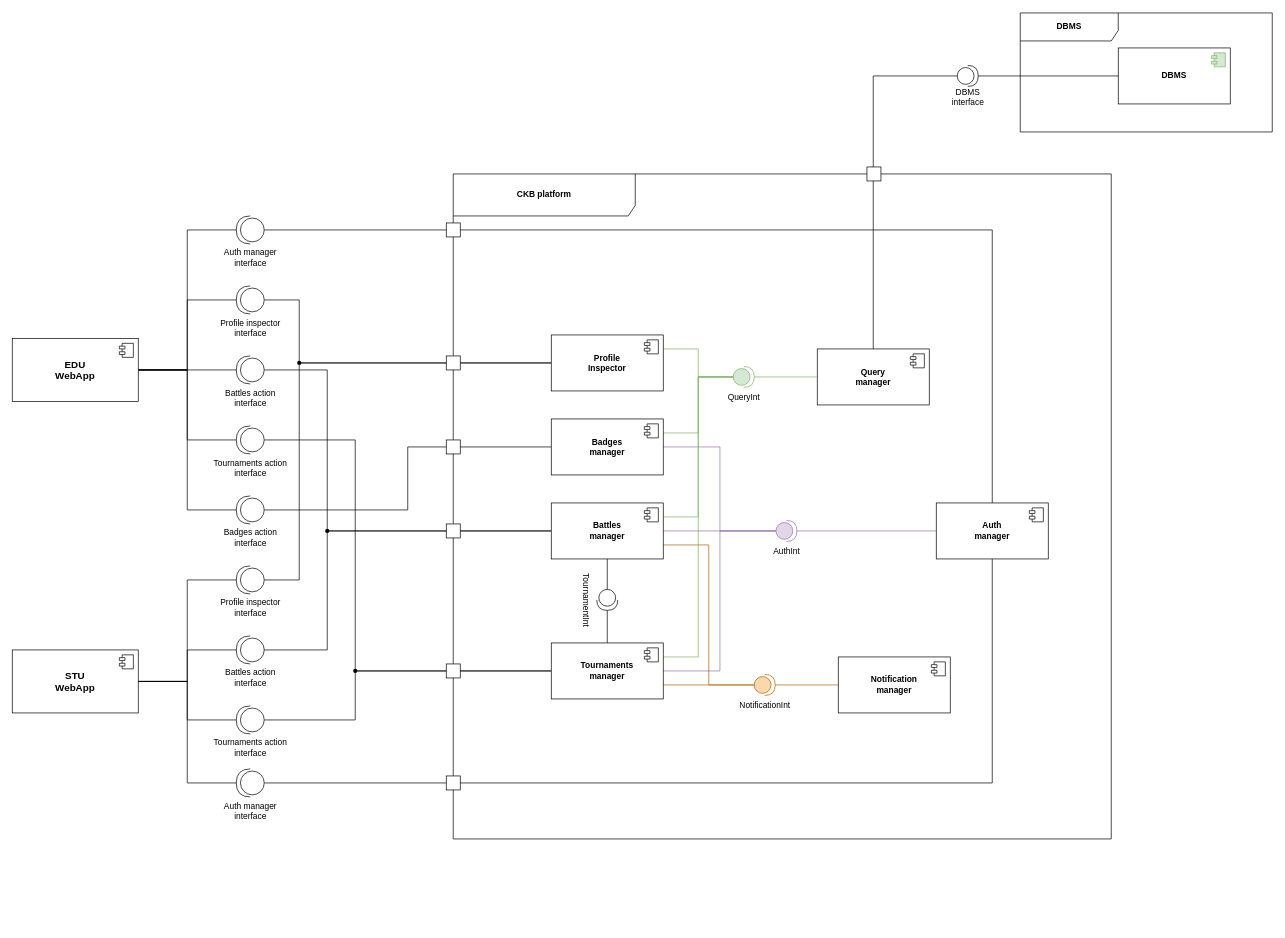
Above: page "Component diagram" (2 of 2) of DD/images/diagrams/chapter2.drawio in pontig/sw-eng-2-PasiniPontiggiaStasi (draw.io), before the change. Source tidied: cells renumbered, new cells numbered last; positions are measured from the earlier drawing's top-left corner, leaving out a move shared by most shapes. Both pictures are drawn from the tidied source at 70%, with x=0, y=0 at pixel (12, 13).
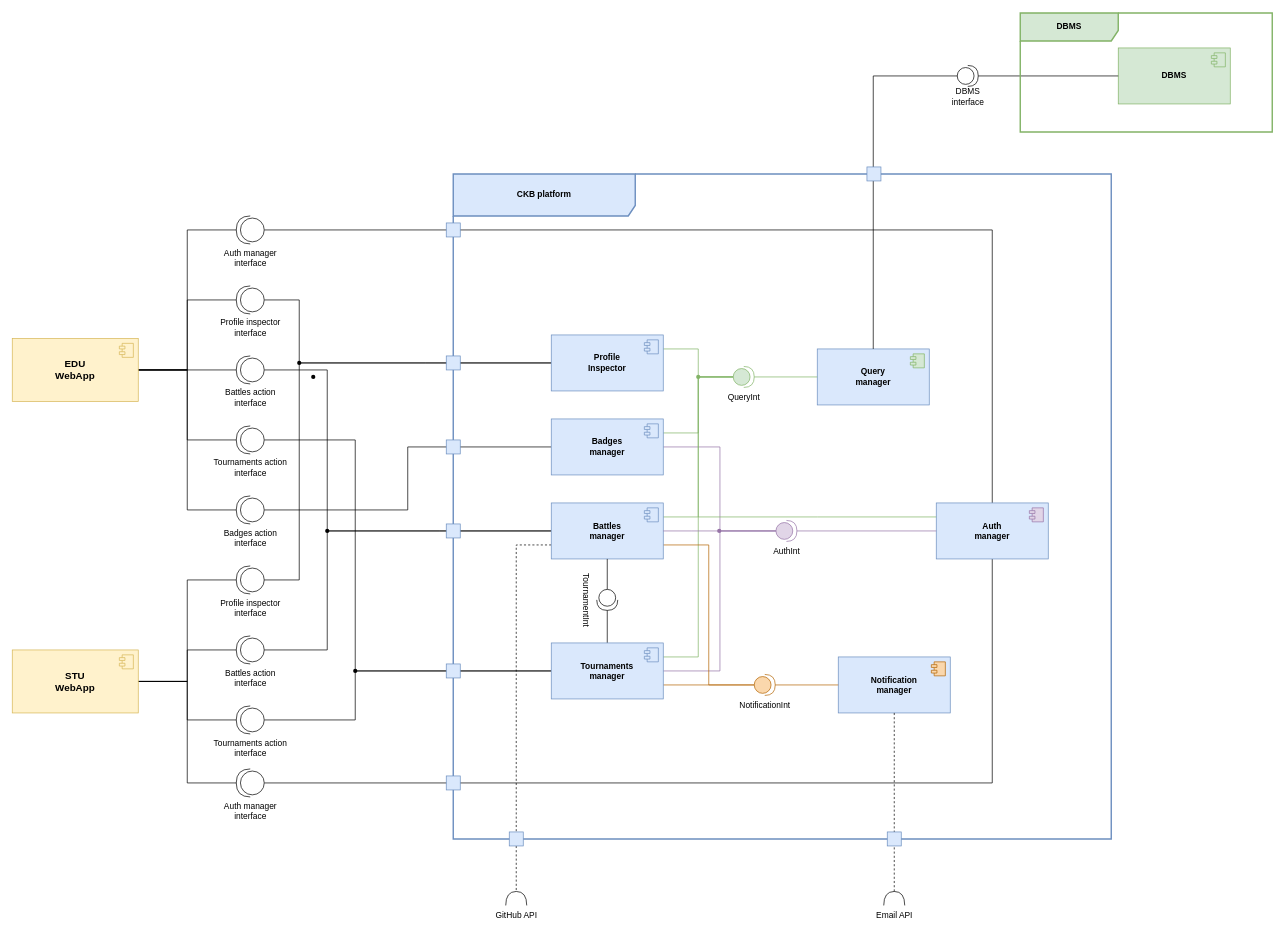
Above is the later version.

The change refers to these unchanged cells:
```xml
<mxCell id="53" style="group;" parent="1" vertex="1">
  <mxGeometry x="1091" y="700" width="280" height="80" as="geometry" />
</mxCell>
<mxCell id="56" value="AuthInt" style="shape=providedRequiredInterface;html=1;verticalLabelPosition=bottom;sketch=0;fillColor=#e1d5e7;strokeColor=#9673a6;" parent="53" vertex="1">
  <mxGeometry y="25" width="30" height="30" as="geometry" />
</mxCell>
<mxCell id="58" style="group;" parent="1" vertex="1">
  <mxGeometry x="1030" y="480" width="280" height="80" as="geometry" />
</mxCell>
<mxCell id="63" style="group;" parent="1" vertex="1">
  <mxGeometry x="1060" y="920" width="280" height="80" as="geometry" />
</mxCell>
<mxCell id="73" style="group;" parent="1" vertex="1">
  <mxGeometry x="1350" y="50" width="280" height="80" as="geometry" />
</mxCell>
```

The edit, as a diff of the source:
```diff
@@
-    <mxCell id="7" value="&lt;b style=&quot;font-size: 14px;&quot;&gt;EDU&lt;br style=&quot;font-size: 14px;&quot;&gt;WebApp&lt;br style=&quot;font-size: 14px;&quot;&gt;&lt;/b&gt;" style="html=1;whiteSpace=wrap;fontSize=14;" parent="1" vertex="1">
+    <mxCell id="7" value="&lt;b style=&quot;font-size: 14px;&quot;&gt;EDU&lt;br style=&quot;font-size: 14px;&quot;&gt;WebApp&lt;br style=&quot;font-size: 14px;&quot;&gt;&lt;/b&gt;" style="html=1;whiteSpace=wrap;fontSize=14;fillColor=#fff2cc;strokeColor=#d6b656;" parent="1" vertex="1">
       <mxGeometry y="465" width="180" height="90" as="geometry" />
     </mxCell>
-    <mxCell id="8" style="shape=module;jettyWidth=8;jettyHeight=4;" parent="7" vertex="1">
+    <mxCell id="8" style="shape=module;jettyWidth=8;jettyHeight=4;fillColor=#fff2cc;strokeColor=#d6b656;" parent="7" vertex="1">
       <mxGeometry x="1" width="20" height="20" relative="1" as="geometry">
         <mxPoint x="-27" y="7" as="offset" />
       </mxGeometry>
     </mxCell>
@@
-    <mxCell id="13" value="&lt;b style=&quot;font-size: 14px;&quot;&gt;STU&lt;br style=&quot;font-size: 14px;&quot;&gt;WebApp&lt;br style=&quot;font-size: 14px;&quot;&gt;&lt;/b&gt;" style="html=1;whiteSpace=wrap;fontSize=14;" parent="1" vertex="1">
+    <mxCell id="13" value="&lt;b style=&quot;font-size: 14px;&quot;&gt;STU&lt;br style=&quot;font-size: 14px;&quot;&gt;WebApp&lt;br style=&quot;font-size: 14px;&quot;&gt;&lt;/b&gt;" style="html=1;whiteSpace=wrap;fontSize=14;fillColor=#fff2cc;strokeColor=#d6b656;" parent="1" vertex="1">
       <mxGeometry y="910" width="180" height="90" as="geometry" />
     </mxCell>
-    <mxCell id="14" style="shape=module;jettyWidth=8;jettyHeight=4;" parent="13" vertex="1">
+    <mxCell id="14" style="shape=module;jettyWidth=8;jettyHeight=4;fillColor=#fff2cc;strokeColor=#d6b656;" parent="13" vertex="1">
       <mxGeometry x="1" width="20" height="20" relative="1" as="geometry">
         <mxPoint x="-27" y="7" as="offset" />
       </mxGeometry>
     </mxCell>
@@
-    <mxCell id="35" value="&lt;b&gt;Badges&lt;br&gt;manager&lt;br&gt;&lt;/b&gt;" style="html=1;whiteSpace=wrap;" parent="1" vertex="1">
+    <mxCell id="35" value="&lt;b&gt;Badges&lt;br&gt;manager&lt;br&gt;&lt;/b&gt;" style="html=1;whiteSpace=wrap;fillColor=#dae8fc;strokeColor=#6c8ebf;" parent="1" vertex="1">
       <mxGeometry x="770" y="580" width="160" height="80" as="geometry" />
     </mxCell>
-    <mxCell id="36" style="shape=module;jettyWidth=8;jettyHeight=4;" parent="35" vertex="1">
+    <mxCell id="36" style="shape=module;jettyWidth=8;jettyHeight=4;fillColor=#dae8fc;strokeColor=#6c8ebf;" parent="35" vertex="1">
       <mxGeometry x="1" width="20" height="20" relative="1" as="geometry">
         <mxPoint x="-27" y="7" as="offset" />
       </mxGeometry>
     </mxCell>
@@
-    <mxCell id="41" value="&lt;b&gt;Tournaments&lt;br&gt;manager&lt;br&gt;&lt;/b&gt;" style="html=1;whiteSpace=wrap;" parent="1" vertex="1">
+    <mxCell id="41" value="&lt;b&gt;Tournaments&lt;br&gt;manager&lt;br&gt;&lt;/b&gt;" style="html=1;whiteSpace=wrap;fillColor=#dae8fc;strokeColor=#6c8ebf;" parent="1" vertex="1">
       <mxGeometry x="770" y="900" width="160" height="80" as="geometry" />
     </mxCell>
-    <mxCell id="42" style="shape=module;jettyWidth=8;jettyHeight=4;" parent="41" vertex="1">
+    <mxCell id="42" style="shape=module;jettyWidth=8;jettyHeight=4;fillColor=#dae8fc;strokeColor=#6c8ebf;" parent="41" vertex="1">
       <mxGeometry x="1" width="20" height="20" relative="1" as="geometry">
         <mxPoint x="-27" y="7" as="offset" />
       </mxGeometry>
     </mxCell>
-    <mxCell id="43" style="rounded=0;jettySize=auto;html=1;endArrow=none;endFill=0;exitX=1;exitY=0.5;exitDx=0;exitDy=0;edgeStyle=elbowEdgeStyle;fillColor=#e1d5e7;strokeColor=#9673a6;" parent="1" edge="1" source="46" target="56">
+    <mxCell id="43" style="rounded=0;jettySize=auto;html=1;endArrow=none;endFill=0;exitDx=0;exitDy=0;edgeStyle=elbowEdgeStyle;fillColor=#e1d5e7;strokeColor=#9673a6;" parent="1" edge="1" source="100" target="56">
       <mxGeometry relative="1" as="geometry" />
     </mxCell>
@@
+    <mxCell id="88" style="edgeStyle=orthogonalEdgeStyle;rounded=0;jettySize=auto;html=1;exitX=0;exitY=0.75;exitDx=0;exitDy=0;endArrow=none;endFill=0;dashed=1;" parent="1" edge="1" source="46" target="89">
+      <mxGeometry relative="1" as="geometry" />
+    </mxCell>
-    <mxCell id="46" value="&lt;b&gt;Battles&lt;br&gt;manager&lt;br&gt;&lt;/b&gt;" style="html=1;whiteSpace=wrap;" parent="1" vertex="1">
+    <mxCell id="46" value="&lt;b&gt;Battles&lt;br&gt;manager&lt;br&gt;&lt;/b&gt;" style="html=1;whiteSpace=wrap;fillColor=#dae8fc;strokeColor=#6c8ebf;" parent="1" vertex="1">
       <mxGeometry x="770" y="700" width="160" height="80" as="geometry" />
     </mxCell>
-    <mxCell id="47" style="shape=module;jettyWidth=8;jettyHeight=4;" parent="46" vertex="1">
+    <mxCell id="47" style="shape=module;jettyWidth=8;jettyHeight=4;fillColor=#dae8fc;strokeColor=#6c8ebf;" parent="46" vertex="1">
       <mxGeometry x="1" width="20" height="20" relative="1" as="geometry">
         <mxPoint x="-27" y="7" as="offset" />
       </mxGeometry>
     </mxCell>
@@
-    <mxCell id="49" value="&lt;b&gt;Profile&lt;br&gt;Inspector&lt;br&gt;&lt;/b&gt;" style="html=1;whiteSpace=wrap;" parent="1" vertex="1">
+    <mxCell id="49" value="&lt;b&gt;Profile&lt;br&gt;Inspector&lt;br&gt;&lt;/b&gt;" style="html=1;whiteSpace=wrap;fillColor=#dae8fc;strokeColor=#6c8ebf;" parent="1" vertex="1">
       <mxGeometry x="770" y="460" width="160" height="80" as="geometry" />
     </mxCell>
-    <mxCell id="50" style="shape=module;jettyWidth=8;jettyHeight=4;" parent="49" vertex="1">
+    <mxCell id="50" style="shape=module;jettyWidth=8;jettyHeight=4;fillColor=#dae8fc;strokeColor=#6c8ebf;" parent="49" vertex="1">
       <mxGeometry x="1" width="20" height="20" relative="1" as="geometry">
         <mxPoint x="-27" y="7" as="offset" />
       </mxGeometry>
     </mxCell>
@@
-    <mxCell id="54" value="&lt;b&gt;Auth&lt;br&gt;manager&lt;br&gt;&lt;/b&gt;" style="html=1;whiteSpace=wrap;" parent="53" vertex="1">
+    <mxCell id="54" value="&lt;b&gt;Auth&lt;br&gt;manager&lt;br&gt;&lt;/b&gt;" style="html=1;whiteSpace=wrap;fillColor=#dae8fc;strokeColor=#6c8ebf;" parent="53" vertex="1">
       <mxGeometry x="229" width="160" height="80" as="geometry" />
     </mxCell>
-    <mxCell id="55" style="shape=module;jettyWidth=8;jettyHeight=4;" parent="54" vertex="1">
+    <mxCell id="55" style="shape=module;jettyWidth=8;jettyHeight=4;fillColor=#e1d5e7;strokeColor=#9673a6;" parent="54" vertex="1">
       <mxGeometry x="1" width="20" height="20" relative="1" as="geometry">
         <mxPoint x="-27" y="7" as="offset" />
       </mxGeometry>
     </mxCell>
@@
-    <mxCell id="59" value="&lt;b&gt;Query&lt;br&gt;manager&lt;br&gt;&lt;/b&gt;" style="html=1;whiteSpace=wrap;" parent="58" vertex="1">
+    <mxCell id="59" value="&lt;b&gt;Query&lt;br&gt;manager&lt;br&gt;&lt;/b&gt;" style="html=1;whiteSpace=wrap;fillColor=#dae8fc;strokeColor=#6c8ebf;" parent="58" vertex="1">
       <mxGeometry x="120" width="160" height="80" as="geometry" />
     </mxCell>
-    <mxCell id="60" style="shape=module;jettyWidth=8;jettyHeight=4;" parent="59" vertex="1">
+    <mxCell id="60" style="shape=module;jettyWidth=8;jettyHeight=4;fillColor=#d5e8d4;strokeColor=#82b366;" parent="59" vertex="1">
       <mxGeometry x="1" width="20" height="20" relative="1" as="geometry">
         <mxPoint x="-27" y="7" as="offset" />
       </mxGeometry>
     </mxCell>
@@
-    <mxCell id="64" value="&lt;b&gt;Notification&lt;br&gt;manager&lt;br&gt;&lt;/b&gt;" style="html=1;whiteSpace=wrap;" parent="63" vertex="1">
+    <mxCell id="64" value="&lt;b&gt;Notification&lt;br&gt;manager&lt;br&gt;&lt;/b&gt;" style="html=1;whiteSpace=wrap;fillColor=#dae8fc;strokeColor=#6c8ebf;" parent="63" vertex="1">
       <mxGeometry x="120" width="160" height="80" as="geometry" />
     </mxCell>
-    <mxCell id="65" style="shape=module;jettyWidth=8;jettyHeight=4;" parent="64" vertex="1">
+    <mxCell id="65" style="shape=module;jettyWidth=8;jettyHeight=4;fillColor=#fad7ac;strokeColor=#b46504;" parent="64" vertex="1">
       <mxGeometry x="1" width="20" height="20" relative="1" as="geometry">
         <mxPoint x="-27" y="7" as="offset" />
       </mxGeometry>
     </mxCell>
@@
-    <mxCell id="74" value="&lt;b&gt;DBMS&lt;br&gt;&lt;/b&gt;" style="html=1;whiteSpace=wrap;" parent="73" vertex="1">
+    <mxCell id="74" value="&lt;b&gt;DBMS&lt;br&gt;&lt;/b&gt;" style="html=1;whiteSpace=wrap;fillColor=#d5e8d4;strokeColor=#82b366;" parent="73" vertex="1">
       <mxGeometry x="230" width="160" height="80" as="geometry" />
     </mxCell>
@@
-    <mxCell id="79" value="&lt;b&gt;CKB platform&lt;/b&gt;" style="shape=umlFrame;whiteSpace=wrap;html=1;width=260;height=60;" parent="1" vertex="1">
+    <mxCell id="79" value="&lt;b&gt;CKB platform&lt;/b&gt;" style="shape=umlFrame;whiteSpace=wrap;html=1;width=260;height=60;strokeWidth=2;fillColor=#dae8fc;strokeColor=#6c8ebf;" parent="1" vertex="1">
       <mxGeometry x="630" y="230" width="940" height="950" as="geometry" />
     </mxCell>
-    <mxCell id="80" value="&lt;b&gt;DBMS&lt;/b&gt;" style="shape=umlFrame;whiteSpace=wrap;html=1;width=140;height=40;" parent="1" vertex="1">
+    <mxCell id="80" value="&lt;b&gt;DBMS&lt;/b&gt;" style="shape=umlFrame;whiteSpace=wrap;html=1;width=140;height=40;strokeWidth=2;fillColor=#d5e8d4;strokeColor=#82b366;" parent="1" vertex="1">
       <mxGeometry x="1440" width="360" height="170" as="geometry" />
     </mxCell>
-    <mxCell id="81" style="rounded=0;whiteSpace=wrap;html=1;" parent="1" vertex="1">
+    <mxCell id="81" style="rounded=0;whiteSpace=wrap;html=1;fillColor=#dae8fc;strokeColor=#6c8ebf;" parent="1" vertex="1">
       <mxGeometry x="620" y="300" width="20" height="20" as="geometry" />
     </mxCell>
-    <mxCell id="82" style="rounded=0;whiteSpace=wrap;html=1;" parent="1" vertex="1">
+    <mxCell id="82" style="rounded=0;whiteSpace=wrap;html=1;fillColor=#dae8fc;strokeColor=#6c8ebf;" parent="1" vertex="1">
       <mxGeometry x="620" y="490" width="20" height="20" as="geometry" />
     </mxCell>
-    <mxCell id="83" style="rounded=0;whiteSpace=wrap;html=1;" parent="1" vertex="1">
+    <mxCell id="83" style="rounded=0;whiteSpace=wrap;html=1;fillColor=#dae8fc;strokeColor=#6c8ebf;" parent="1" vertex="1">
       <mxGeometry x="620" y="610" width="20" height="20" as="geometry" />
     </mxCell>
-    <mxCell id="84" style="rounded=0;whiteSpace=wrap;html=1;" parent="1" vertex="1">
+    <mxCell id="84" style="rounded=0;whiteSpace=wrap;html=1;fillColor=#dae8fc;strokeColor=#6c8ebf;" parent="1" vertex="1">
       <mxGeometry x="620" y="730" width="20" height="20" as="geometry" />
     </mxCell>
-    <mxCell id="85" style="rounded=0;whiteSpace=wrap;html=1;" parent="1" vertex="1">
+    <mxCell id="85" style="rounded=0;whiteSpace=wrap;html=1;fillColor=#dae8fc;strokeColor=#6c8ebf;" parent="1" vertex="1">
       <mxGeometry x="620" y="930" width="20" height="20" as="geometry" />
     </mxCell>
-    <mxCell id="86" style="rounded=0;whiteSpace=wrap;html=1;" parent="1" vertex="1">
+    <mxCell id="86" style="rounded=0;whiteSpace=wrap;html=1;fillColor=#dae8fc;strokeColor=#6c8ebf;" parent="1" vertex="1">
       <mxGeometry x="620" y="1090" width="20" height="20" as="geometry" />
     </mxCell>
-    <mxCell id="87" style="rounded=0;whiteSpace=wrap;html=1;" parent="1" vertex="1">
+    <mxCell id="87" style="rounded=0;whiteSpace=wrap;html=1;fillColor=#dae8fc;strokeColor=#6c8ebf;" parent="1" vertex="1">
       <mxGeometry x="1221" y="220" width="20" height="20" as="geometry" />
     </mxCell>
+    <mxCell id="89" style="shape=requiredInterface;html=1;verticalLabelPosition=bottom;sketch=0;rotation=-90;" parent="1" vertex="1">
+      <mxGeometry x="710" y="1250" width="20" height="30" as="geometry" />
+    </mxCell>
+    <mxCell id="90" value="GitHub API" style="text;html=1;align=center;verticalAlign=middle;strokeColor=none;fillColor=none;" parent="1" vertex="1">
+      <mxGeometry x="680" y="1275" width="80" height="30" as="geometry" />
+    </mxCell>
+    <mxCell id="91" style="shape=requiredInterface;html=1;verticalLabelPosition=bottom;sketch=0;rotation=-90;" parent="1" vertex="1">
+      <mxGeometry x="1250" y="1250" width="20" height="30" as="geometry" />
+    </mxCell>
+    <mxCell id="92" value="Email API" style="text;html=1;align=center;verticalAlign=middle;strokeColor=none;fillColor=none;" parent="1" vertex="1">
+      <mxGeometry x="1220" y="1275" width="80" height="30" as="geometry" />
+    </mxCell>
+    <mxCell id="93" style="edgeStyle=orthogonalEdgeStyle;rounded=0;jettySize=auto;html=1;dashed=1;endArrow=none;endFill=0;" parent="1" edge="1" source="64" target="91">
+      <mxGeometry relative="1" as="geometry" />
+    </mxCell>
+    <mxCell id="94" style="rounded=0;whiteSpace=wrap;html=1;fillColor=#dae8fc;strokeColor=#6c8ebf;" parent="1" vertex="1">
+      <mxGeometry x="710" y="1170" width="20" height="20" as="geometry" />
+    </mxCell>
+    <mxCell id="95" style="rounded=0;whiteSpace=wrap;html=1;fillColor=#dae8fc;strokeColor=#6c8ebf;" parent="1" vertex="1">
+      <mxGeometry x="1250" y="1170" width="20" height="20" as="geometry" />
+    </mxCell>
+    <mxCell id="96" style="shape=waypoint;sketch=0;size=6;fillColor=#d5e8d4;perimeter=centerPerimeter;strokeColor=#82b366;" parent="1" vertex="1">
+      <mxGeometry x="970" y="510" width="20" height="20" as="geometry" />
+    </mxCell>
+    <mxCell id="97" style="edgeStyle=orthogonalEdgeStyle;rounded=0;jettySize=auto;html=1;exitX=0;exitY=0.25;exitDx=0;exitDy=0;fillColor=#d5e8d4;strokeColor=#82b366;endArrow=none;endFill=0;" parent="1" edge="1" source="54">
+      <mxGeometry relative="1" as="geometry">
+        <mxPoint x="980" y="720" as="targetPoint" />
+      </mxGeometry>
+    </mxCell>
+    <mxCell id="98" style="shape=waypoint;sketch=0;size=6;fillColor=none;perimeter=centerPerimeter;" parent="1" vertex="1">
+      <mxGeometry x="420" y="510" width="20" height="20" as="geometry" />
+    </mxCell>
+    <mxCell id="99" style="rounded=0;jettySize=auto;html=1;endArrow=none;endFill=0;exitX=1;exitY=0.5;exitDx=0;exitDy=0;edgeStyle=elbowEdgeStyle;fillColor=#e1d5e7;strokeColor=#9673a6;" parent="1" edge="1" source="46" target="100">
+      <mxGeometry relative="1" as="geometry" />
+    </mxCell>
+    <mxCell id="100" style="shape=waypoint;sketch=0;size=6;points=[];fillColor=#e1d5e7;perimeter=centerPerimeter;snapToPoint=1;strokeColor=#9673a6;" parent="1" vertex="1">
+      <mxGeometry x="1000" y="730" width="20" height="20" as="geometry" />
+    </mxCell>
```
